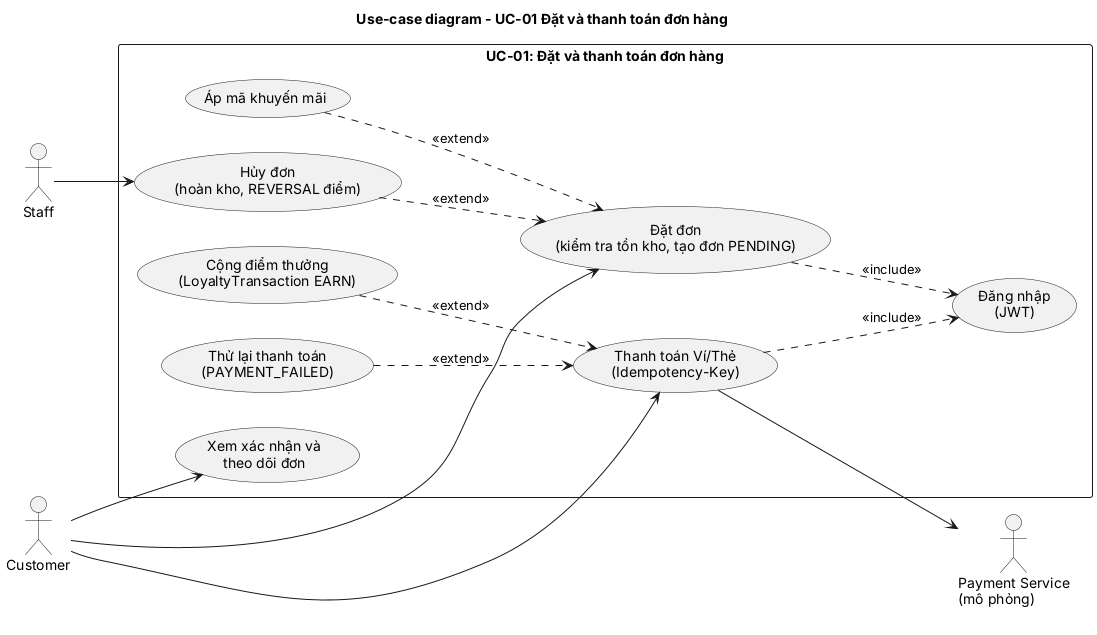
This is docs/diagrams/usecase-checkout.png from tthan-prog/BrewLite, a PlantUML export, as it was before one commit. Its source is kept beside it as docs/diagrams/usecase-checkout.puml.
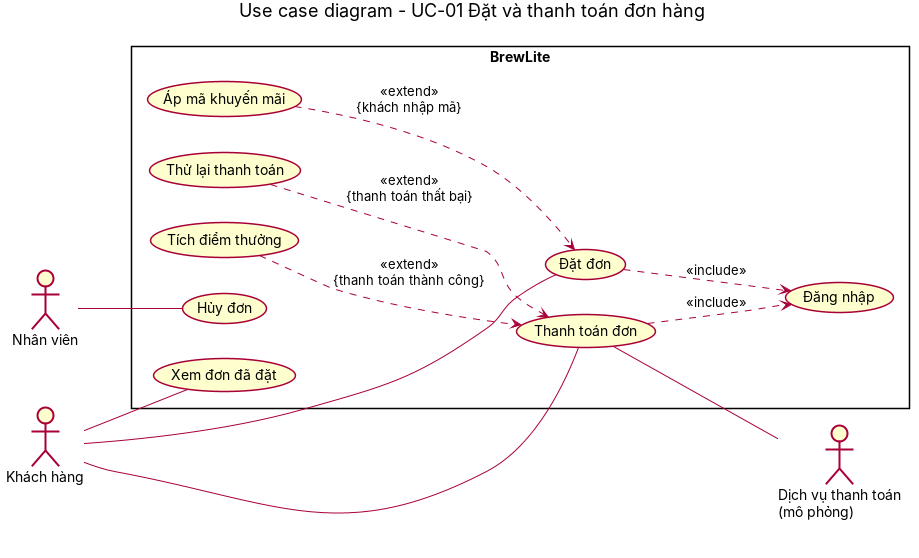
The same diagram one commit later.

Diff of the diagram source:
```diff
@@ -1,33 +1,33 @@
 @startuml usecase-checkout
-title Use-case diagram – UC-01 Đặt và thanh toán đơn hàng
+title Use case diagram - UC-01 Đặt và thanh toán đơn hàng
 left to right direction
 skinparam shadowing false
+skinparam packageStyle rectangle
 
-actor Customer
-actor Staff
-actor "Payment Service\n(mô phỏng)" as PAY
+actor "Khách hàng" as Customer
+actor "Nhân viên" as Staff
+actor "Dịch vụ thanh toán\n(mô phỏng)" as PAY
 
-rectangle "UC-01: Đặt và thanh toán đơn hàng" {
-  usecase "Đăng nhập\n(JWT)" as UC_Auth
-  usecase "Đặt đơn\n(kiểm tra tồn kho, tạo đơn PENDING)" as UC_Order
+rectangle "BrewLite" {
+  usecase "Đăng nhập" as UC_Auth
+  usecase "Đặt đơn" as UC_Order
   usecase "Áp mã khuyến mãi" as UC_Promo
-  usecase "Thanh toán Ví/Thẻ\n(Idempotency-Key)" as UC_Pay
-  usecase "Thử lại thanh toán\n(PAYMENT_FAILED)" as UC_Retry
-  usecase "Cộng điểm thưởng\n(LoyaltyTransaction EARN)" as UC_Earn
-  usecase "Xem xác nhận và\ntheo dõi đơn" as UC_Track
-  usecase "Hủy đơn\n(hoàn kho, REVERSAL điểm)" as UC_Cancel
+  usecase "Thanh toán đơn" as UC_Pay
+  usecase "Thử lại thanh toán" as UC_Retry
+  usecase "Tích điểm thưởng" as UC_Earn
+  usecase "Xem đơn đã đặt" as UC_Track
+  usecase "Hủy đơn" as UC_Cancel
 }
 
-Customer --> UC_Order
-Customer --> UC_Pay
-Customer --> UC_Track
-Staff --> UC_Cancel
-UC_Pay --> PAY
+Customer -- UC_Order
+Customer -- UC_Pay
+Customer -- UC_Track
+Staff -- UC_Cancel
+UC_Pay -- PAY
 
 UC_Order ..> UC_Auth : <<include>>
 UC_Pay ..> UC_Auth : <<include>>
-UC_Promo ..> UC_Order : <<extend>>
-UC_Retry ..> UC_Pay : <<extend>>
-UC_Earn ..> UC_Pay : <<extend>>
-UC_Cancel ..> UC_Order : <<extend>>
+UC_Promo ..> UC_Order : <<extend>>\n{khách nhập mã}
+UC_Retry ..> UC_Pay : <<extend>>\n{thanh toán thất bại}
+UC_Earn ..> UC_Pay : <<extend>>\n{thanh toán thành công}
 @enduml
```
